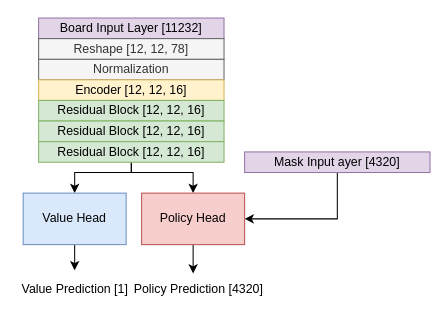
Before: playerzero_arc.drawio in Klazkin/player-zero, a draw.io diagram. Source tidied: cells renumbered, new cells numbered last; positions are measured from the earlier drawing's top-left corner, leaving out a move shared by most shapes. Both pictures are drawn from the tidied source at 103%, with x=0, y=0 at pixel (18, 18).
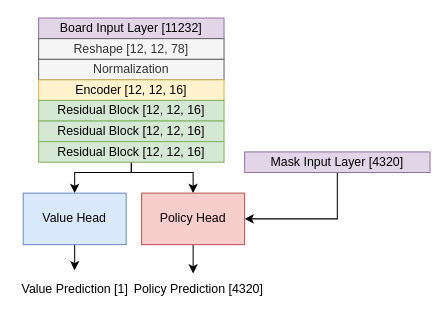
Above is the later version.

What changed in the source:
```diff
@@
-    <mxCell id="16" value="Mask Input ayer [4320]" style="rounded=0;whiteSpace=wrap;html=1;fillColor=#e1d5e7;strokeColor=#9673a6;" parent="1" vertex="1">
+    <mxCell id="16" value="Mask Input Layer [4320]" style="rounded=0;whiteSpace=wrap;html=1;fillColor=#e1d5e7;strokeColor=#9673a6;" parent="1" vertex="1">
       <mxGeometry x="220" y="130" width="180" height="20" as="geometry" />
     </mxCell>
```
